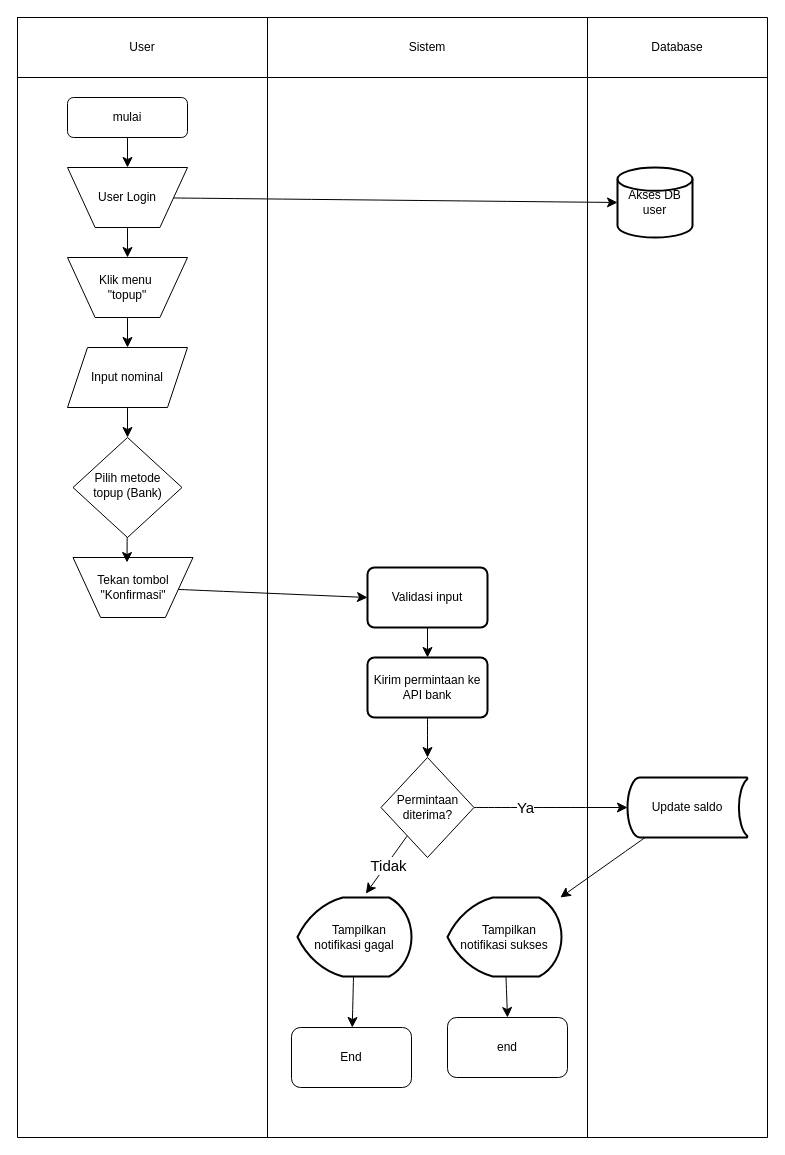
Earlier version of the draw.io diagram page "Page-1" (1 of 2) of Untitled Diagram.drawio (Rizkyhnkw/diagram). Source tidied: cells renumbered, new cells numbered last; positions are measured from the earlier drawing's top-left corner, leaving out a move shared by most shapes. Both pictures are drawn from the tidied source at 100%, with x=0, y=0 at pixel (17, 17).
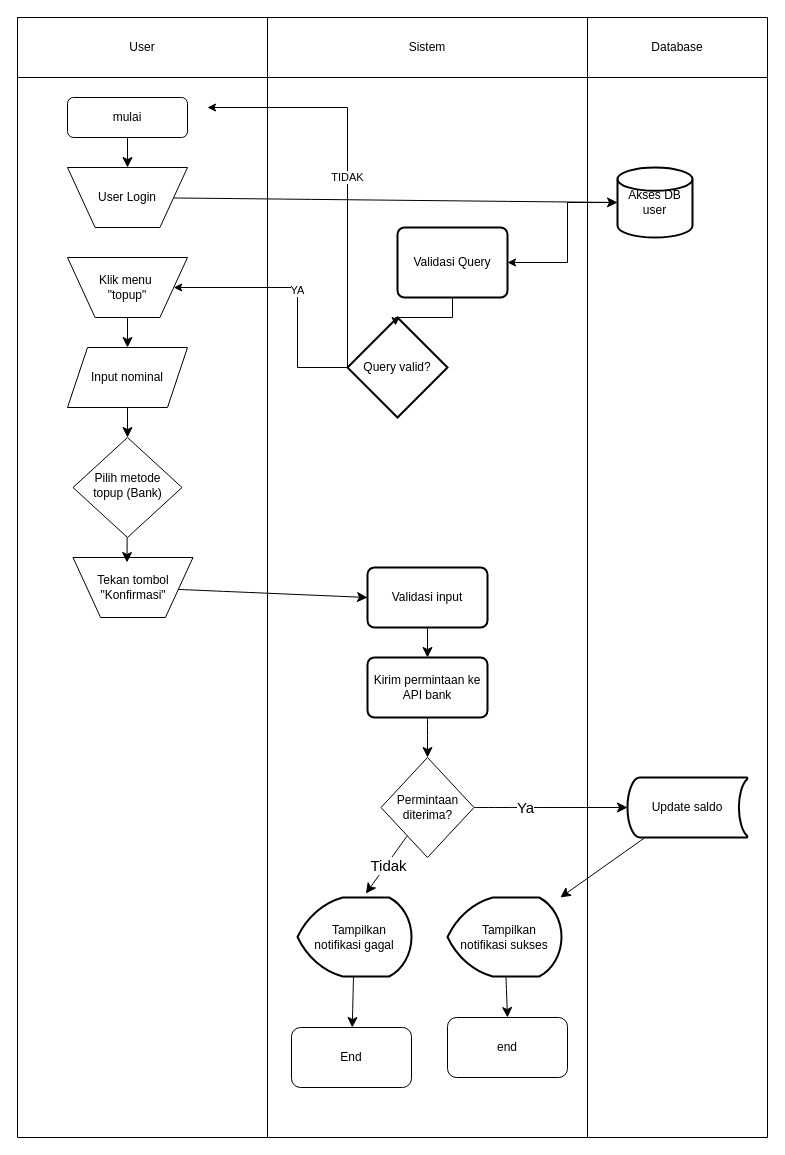
After the change.

The change refers to these unchanged cells:
```xml
<mxCell id="15" value="User Login" style="rounded=0;whiteSpace=wrap;html=1;verticalLabelPosition=middle;shape=trapezoid;perimeter=trapezoidPerimeter;size=0.23;arcSize=10;flipV=1;labelPosition=center;" parent="1" vertex="1">
  <mxGeometry x="50" y="150" width="120" height="60" as="geometry" />
</mxCell>
<mxCell id="17" value="&lt;div&gt;Klik menu&amp;nbsp;&lt;/div&gt;&lt;div&gt;&quot;topup&quot;&lt;/div&gt;" style="rounded=0;whiteSpace=wrap;html=1;verticalLabelPosition=middle;shape=trapezoid;perimeter=trapezoidPerimeter;size=0.23;arcSize=10;flipV=1;labelPosition=center;" parent="1" vertex="1">
  <mxGeometry x="50" y="240" width="120" height="60" as="geometry" />
</mxCell>
<mxCell id="39" value="Akses DB user" style="strokeWidth=2;html=1;shape=mxgraph.flowchart.database;whiteSpace=wrap;" parent="1" vertex="1">
  <mxGeometry x="600" y="150" width="75" height="70" as="geometry" />
</mxCell>
```

The edit, as a diff of the source:
```diff
@@
-    <mxCell id="14" style="edgeStyle=none;curved=1;rounded=0;jettySize=auto;html=1;entryX=0.5;entryY=0;entryDx=0;entryDy=0;fontSize=12;startSize=8;endSize=8;" parent="1" edge="1" source="15" target="17">
-      <mxGeometry relative="1" as="geometry" />
-    </mxCell>
@@
+    <mxCell id="42" style="edgeStyle=orthogonalEdgeStyle;rounded=0;jettySize=auto;html=1;" parent="1" edge="1" source="39" target="43">
+      <mxGeometry relative="1" as="geometry">
+        <Array as="points">
+          <mxPoint x="550" y="185" />
+          <mxPoint x="550" y="245" />
+        </Array>
+      </mxGeometry>
+    </mxCell>
@@
+    <mxCell id="43" value="Validasi Query" style="rounded=1;whiteSpace=wrap;html=1;absoluteArcSize=1;arcSize=14;strokeWidth=2;" parent="1" vertex="1">
+      <mxGeometry x="380" y="210" width="110" height="70" as="geometry" />
+    </mxCell>
+    <mxCell id="44" value="TIDAK" style="edgeStyle=orthogonalEdgeStyle;rounded=0;orthogonalLoop=1;jettySize=auto;html=1;entryX=1;entryY=0.25;entryDx=0;entryDy=0;" parent="1" edge="1">
+      <mxGeometry relative="1" as="geometry">
+        <mxPoint x="350" y="350" as="sourcePoint" />
+        <mxPoint x="190" y="90" as="targetPoint" />
+        <Array as="points">
+          <mxPoint x="330" y="350" />
+          <mxPoint x="330" y="90" />
+        </Array>
+      </mxGeometry>
+    </mxCell>
+    <mxCell id="45" value="YA" style="edgeStyle=orthogonalEdgeStyle;rounded=0;jettySize=auto;html=1;" parent="1" edge="1" source="46" target="17">
+      <mxGeometry relative="1" as="geometry">
+        <Array as="points">
+          <mxPoint x="280" y="350" />
+          <mxPoint x="280" y="270" />
+        </Array>
+      </mxGeometry>
+    </mxCell>
+    <mxCell id="46" value="Query valid?" style="strokeWidth=2;html=1;shape=mxgraph.flowchart.decision;whiteSpace=wrap;" parent="1" vertex="1">
+      <mxGeometry x="330" y="300" width="100" height="100" as="geometry" />
+    </mxCell>
+    <mxCell id="47" style="edgeStyle=orthogonalEdgeStyle;rounded=0;jettySize=auto;html=1;entryX=0.48;entryY=0.08;entryDx=0;entryDy=0;entryPerimeter=0;" parent="1" edge="1" source="43" target="46">
+      <mxGeometry relative="1" as="geometry" />
+    </mxCell>
```
